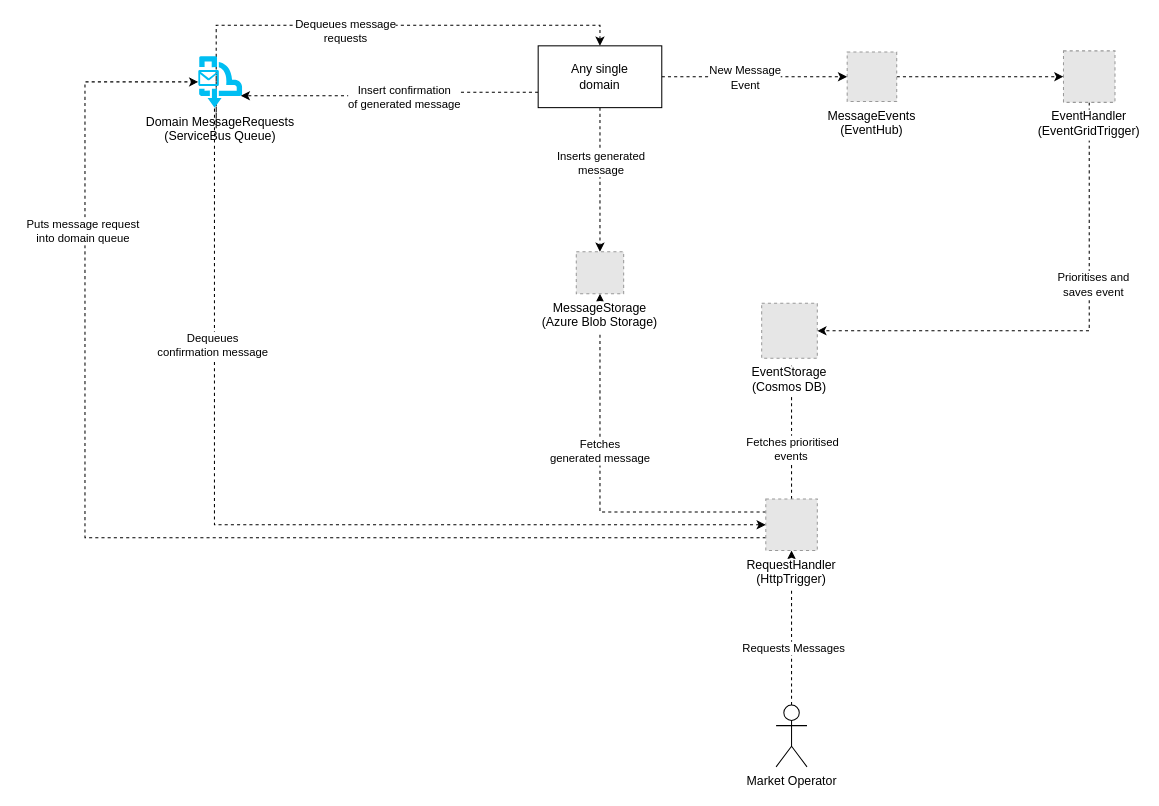
The draw.io diagram page "Page-2" (1 of 2) of ARCHITECTURE.drawio in Energinet-DataHub/ARCHIVED-geh-post-office, before the edit. Source tidied: cells renumbered, new cells numbered last; positions are measured from the earlier drawing's top-left corner, leaving out a move shared by most shapes. Both pictures are drawn from the tidied source at 103%, with x=0, y=0 at pixel (84, 45). Pictures stored in the file or linked from it are replaced by grey dashed boxes.
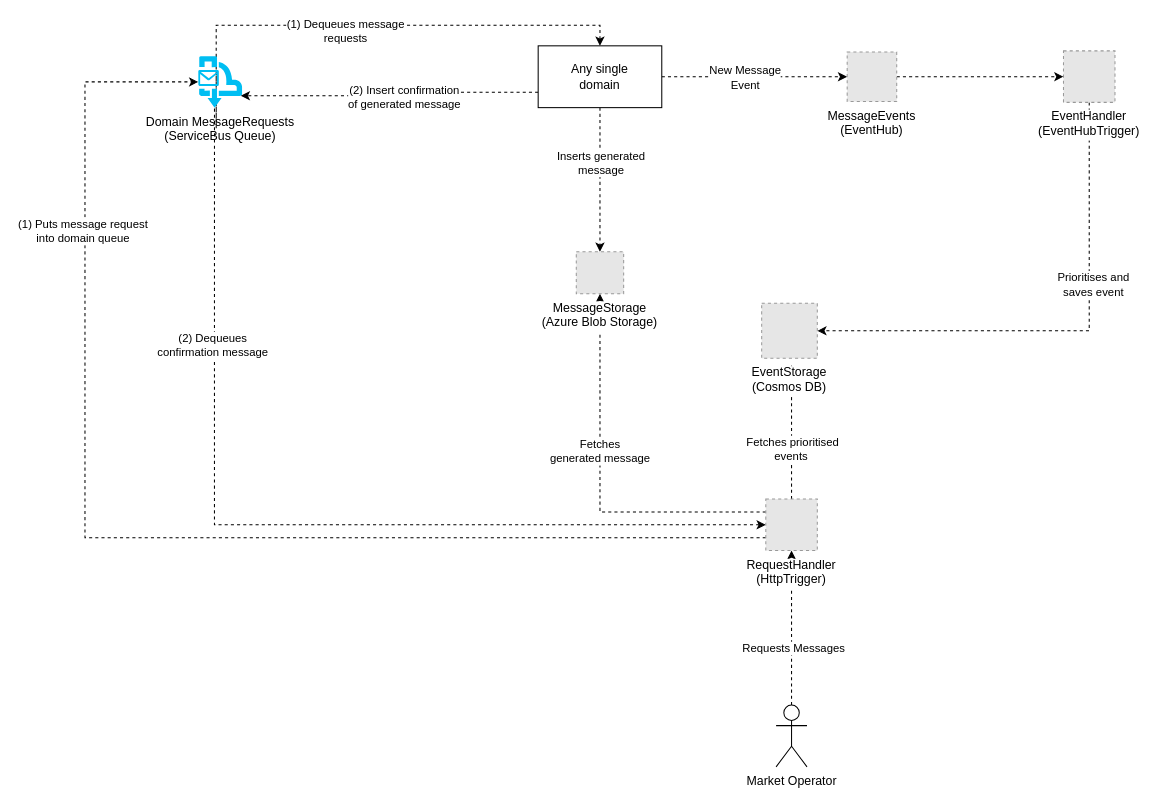
Above is the later version.

Unchanged cells that the change refers to:
```xml
<mxCell id="4" style="edgeStyle=orthogonalEdgeStyle;rounded=0;jettySize=auto;html=1;exitX=0.5;exitY=0;exitDx=0;exitDy=0;entryX=0.41;entryY=0;entryDx=0;entryDy=0;entryPerimeter=0;dashed=1;endArrow=none;endFill=0;startArrow=classic;startFill=1;" parent="1" edge="1" source="10" target="28">
  <mxGeometry relative="1" as="geometry" />
</mxCell>
<mxCell id="8" style="edgeStyle=orthogonalEdgeStyle;rounded=0;jettySize=auto;html=1;exitX=0;exitY=0.75;exitDx=0;exitDy=0;entryX=0.97;entryY=0.77;entryDx=0;entryDy=0;entryPerimeter=0;dashed=1;" parent="1" edge="1" source="10" target="28">
  <mxGeometry relative="1" as="geometry" />
</mxCell>
<mxCell id="21" style="edgeStyle=orthogonalEdgeStyle;rounded=0;jettySize=auto;html=1;exitX=0;exitY=0.75;exitDx=0;exitDy=0;entryX=0;entryY=0.5;entryDx=0;entryDy=0;entryPerimeter=0;dashed=1;" parent="1" edge="1" source="27" target="28">
  <mxGeometry relative="1" as="geometry">
    <Array as="points">
      <mxPoint y="478" />
      <mxPoint y="35" />
    </Array>
  </mxGeometry>
</mxCell>
<mxCell id="25" style="edgeStyle=orthogonalEdgeStyle;rounded=0;jettySize=auto;html=1;exitX=0;exitY=0.5;exitDx=0;exitDy=0;entryX=0.37;entryY=1;entryDx=0;entryDy=0;entryPerimeter=0;dashed=1;startArrow=classic;startFill=1;endArrow=none;endFill=0;" parent="1" edge="1" source="27" target="28">
  <mxGeometry relative="1" as="geometry" />
</mxCell>
```

Change to the diagram source:
```diff
@@
-    <mxCell id="5" value="Dequeues message&lt;br&gt;requests" style="edgeLabel;html=1;align=center;verticalAlign=middle;" parent="4" vertex="1">
+    <mxCell id="5" value="(1) Dequeues message&lt;br&gt;requests" style="edgeLabel;html=1;align=center;verticalAlign=middle;" parent="4" vertex="1">
       <mxGeometry x="-0.19" y="1" relative="1" as="geometry">
         <mxPoint x="-40" y="4" as="offset" />
       </mxGeometry>
     </mxCell>
@@
-    <mxCell id="9" value="Insert confirmation&lt;br&gt;of generated message" style="edgeLabel;html=1;align=center;verticalAlign=middle;" parent="8" vertex="1">
+    <mxCell id="9" value="(2) Insert confirmation&lt;br&gt;of generated message" style="edgeLabel;html=1;align=center;verticalAlign=middle;" parent="8" vertex="1">
       <mxGeometry x="0.4" y="1" relative="1" as="geometry">
         <mxPoint x="71" as="offset" />
       </mxGeometry>
     </mxCell>
@@
-    <mxCell id="13" value="EventHandler&#10;(EventGridTrigger)" style="fillColor=#E6E6E6;strokeColor=#999999;dashed=1;verticalLabelPosition=bottom;labelBackgroundColor=#ffffff;verticalAlign=top;" parent="1" vertex="1">
+    <mxCell id="13" value="EventHandler&#10;(EventHubTrigger)" style="fillColor=#E6E6E6;strokeColor=#999999;dashed=1;verticalLabelPosition=bottom;labelBackgroundColor=#ffffff;verticalAlign=top;" parent="1" vertex="1">
       <mxGeometry x="950" y="4.9" width="50" height="50" as="geometry" />
     </mxCell>
@@
-    <mxCell id="22" value="Puts message request&lt;br&gt;into domain queue" style="edgeLabel;html=1;align=center;verticalAlign=middle;" parent="21" vertex="1">
+    <mxCell id="22" value="(1) Puts message request&lt;br&gt;into domain queue" style="edgeLabel;html=1;align=center;verticalAlign=middle;" parent="21" vertex="1">
       <mxGeometry x="0.58" y="3" relative="1" as="geometry" />
     </mxCell>
@@
-    <mxCell id="26" value="Dequeues&lt;br&gt;confirmation message" style="edgeLabel;html=1;align=center;verticalAlign=middle;" parent="25" vertex="1">
+    <mxCell id="26" value="(2) Dequeues&lt;br&gt;confirmation message" style="edgeLabel;html=1;align=center;verticalAlign=middle;" parent="25" vertex="1">
       <mxGeometry x="0.51" y="2" relative="1" as="geometry" />
     </mxCell>
```
